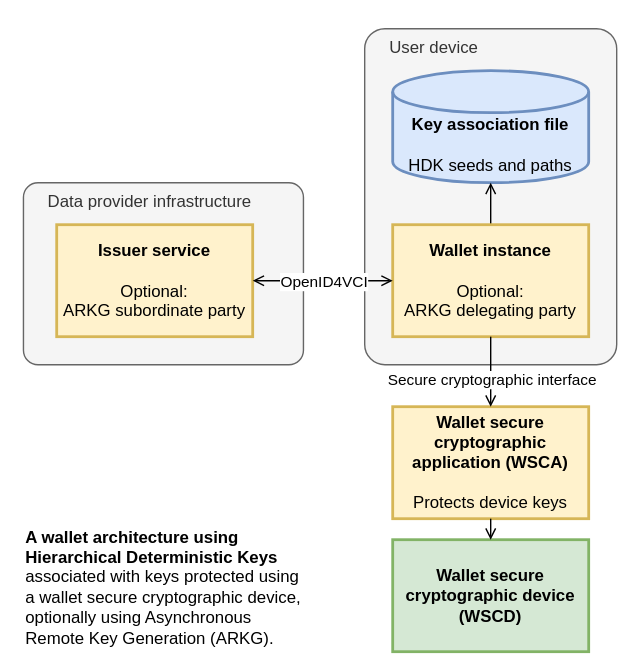
Earlier version of the draw.io export media/deployment.svg (sander/hierarchical-deterministic-keys). Source tidied: cells renumbered, new cells last; positions are measured from the earlier drawing's top-left corner, leaving out a move shared by most shapes.
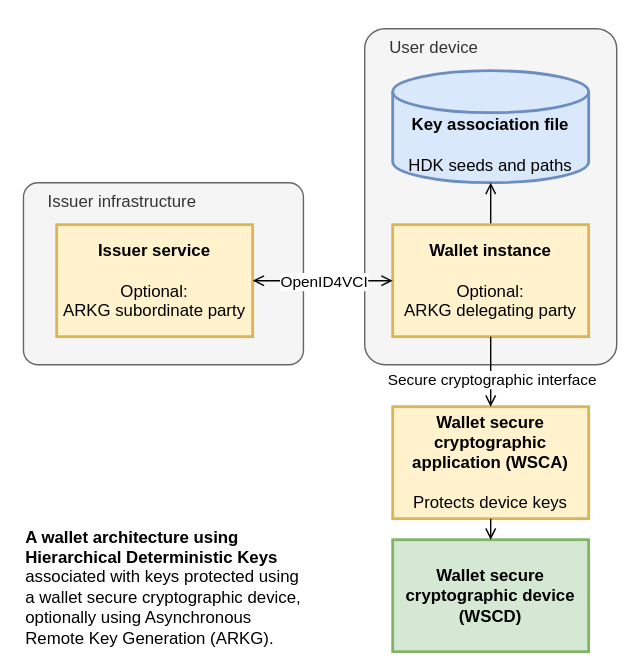
The same diagram one commit later.

Commit message:
Fix issuer terminology in deployment diagram

What changed in the source:
```diff
@@ -5,7 +5,7 @@
     <mxCell id="2" style="rounded=0;whiteSpace=wrap;html=1;strokeColor=none;" parent="1" vertex="1">
       <mxGeometry width="460" height="480" as="geometry" />
     </mxCell>
-    <mxCell id="3" value="Data provider infrastructure" style="rounded=1;whiteSpace=wrap;html=1;verticalAlign=top;arcSize=8;align=left;spacingLeft=16;fillColor=#f5f5f5;fontColor=#333333;strokeColor=#666666;" parent="1" vertex="1">
+    <mxCell id="3" value="Issuer infrastructure" style="rounded=1;whiteSpace=wrap;html=1;verticalAlign=top;arcSize=8;align=left;spacingLeft=16;fillColor=#f5f5f5;fontColor=#333333;strokeColor=#666666;" parent="1" vertex="1">
       <mxGeometry x="16.2" y="130" width="200" height="130" as="geometry" />
     </mxCell>
     <mxCell id="4" value="User device" style="rounded=1;whiteSpace=wrap;html=1;verticalAlign=top;arcSize=8;align=left;spacingLeft=16;fillColor=#f5f5f5;fontColor=#333333;strokeColor=#666666;" parent="1" vertex="1">
```
